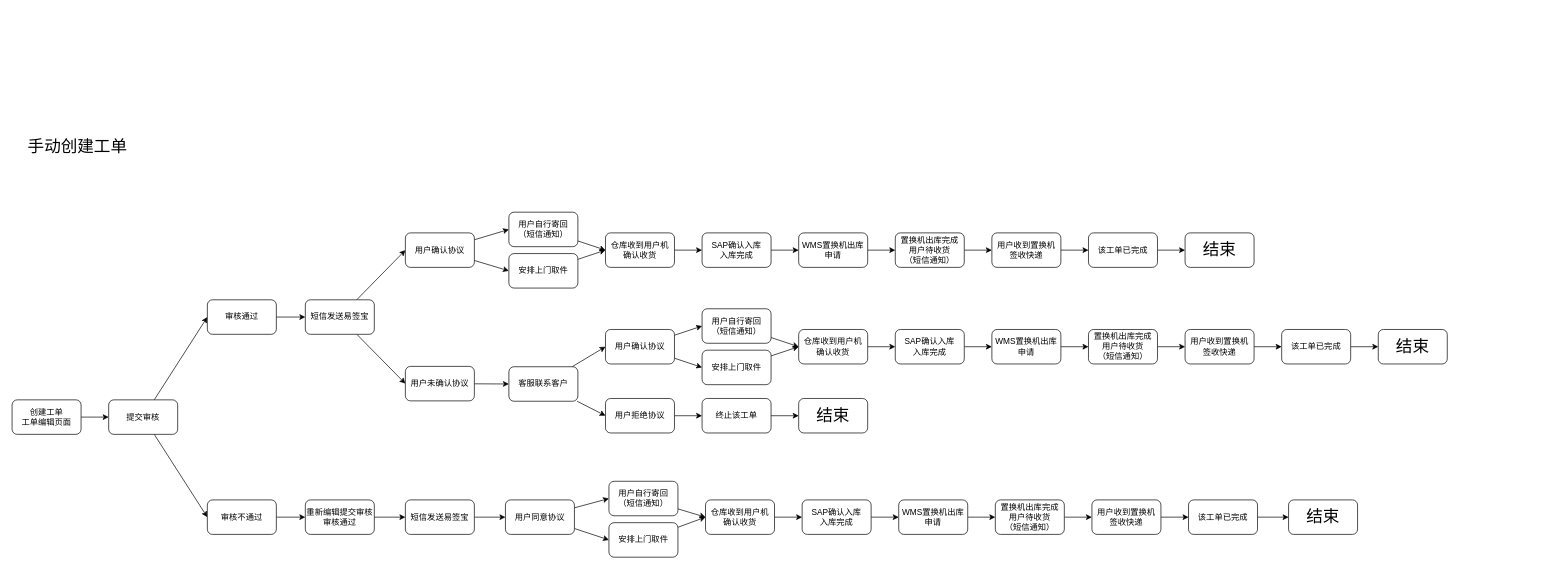
Before: 场景.drawio in ErbanZ/DOG, a draw.io diagram. Source tidied: cells renumbered, new cells numbered last; positions are measured from the earlier drawing's top-left corner, leaving out a move shared by most shapes. Both pictures are drawn from the tidied source at 69%, with x=0, y=0 at pixel (12, 129).
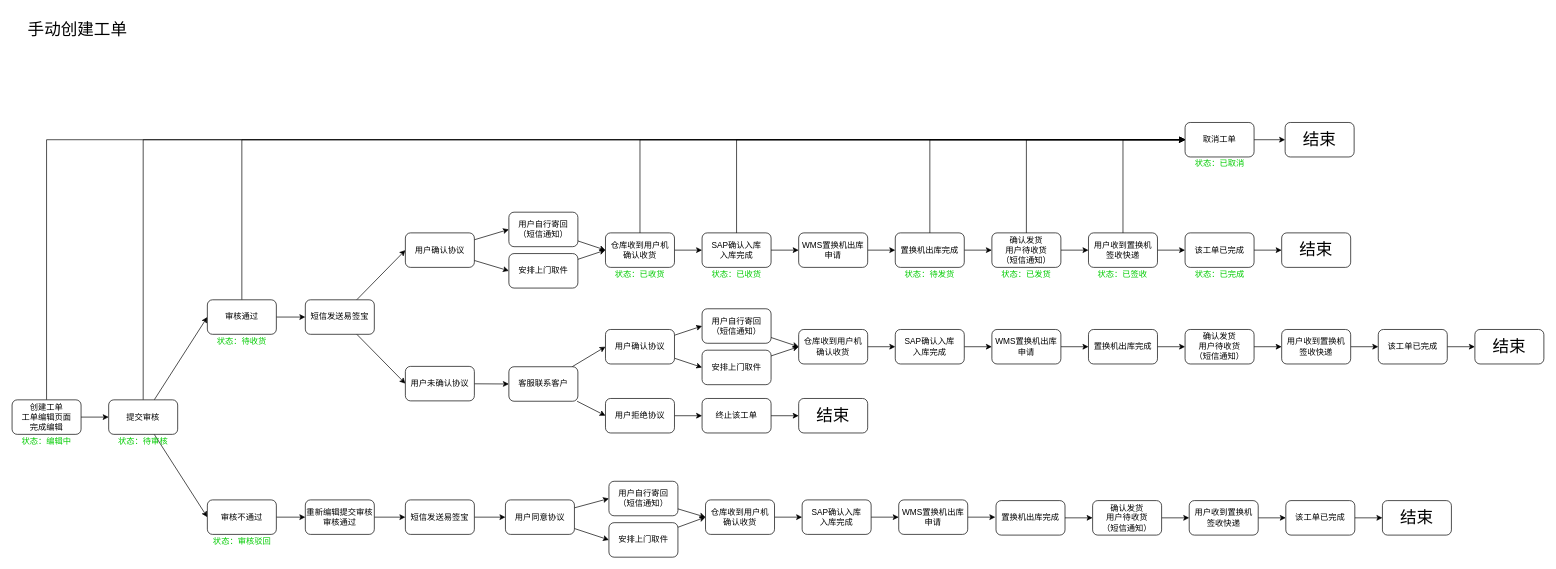
The same diagram, later.

Unchanged cells that the change refers to:
```xml
<mxCell id="7" value="提交审核" style="rounded=1;whiteSpace=wrap;html=1;" parent="1" vertex="1">
  <mxGeometry x="140" y="392" width="100" height="50" as="geometry" />
</mxCell>
<mxCell id="9" value="审核通过" style="rounded=1;whiteSpace=wrap;html=1;" parent="1" vertex="1">
  <mxGeometry x="283" y="247" width="100" height="50" as="geometry" />
</mxCell>
<mxCell id="17" value="仓库收到用户机&lt;br&gt;确认收货" style="rounded=1;whiteSpace=wrap;html=1;" parent="1" vertex="1">
  <mxGeometry x="860" y="150" width="100" height="50" as="geometry" />
</mxCell>
<mxCell id="22" value="SAP确认入库&lt;br&gt;入库完成" style="rounded=1;whiteSpace=wrap;html=1;" parent="1" vertex="1">
  <mxGeometry x="1000" y="150" width="100" height="50" as="geometry" />
</mxCell>
<mxCell id="24" value="WMS置换机出库申请" style="rounded=1;whiteSpace=wrap;html=1;" parent="1" vertex="1">
  <mxGeometry x="1140" y="150" width="100" height="50" as="geometry" />
</mxCell>
<mxCell id="48" value="WMS置换机出库申请" style="rounded=1;whiteSpace=wrap;html=1;" parent="1" vertex="1">
  <mxGeometry x="1285" y="537" width="100" height="50" as="geometry" />
</mxCell>
<mxCell id="77" value="WMS置换机出库申请" style="rounded=1;whiteSpace=wrap;html=1;" parent="1" vertex="1">
  <mxGeometry x="1420" y="290" width="100" height="50" as="geometry" />
</mxCell>
```

Change to the diagram source:
```diff
@@
     <mxCell id="2" value="&lt;font style=&quot;font-size: 24px&quot;&gt;手动创建工单&lt;/font&gt;" style="text;html=1;strokeColor=none;fillColor=none;align=center;verticalAlign=middle;whiteSpace=wrap;rounded=0;" parent="1" vertex="1">
-      <mxGeometry width="190" height="50" as="geometry" />
+      <mxGeometry y="-170" width="190" height="50" as="geometry" />
     </mxCell>
@@
+    <mxCell id="92" style="edgeStyle=orthogonalEdgeStyle;rounded=0;jettySize=auto;html=1;entryX=0;entryY=0.5;entryDx=0;entryDy=0;" parent="1" edge="1" source="4" target="100">
+      <mxGeometry relative="1" as="geometry">
+        <Array as="points">
+          <mxPoint x="50" y="15" />
+        </Array>
+      </mxGeometry>
+    </mxCell>
-    <mxCell id="4" value="创建工单&lt;br&gt;工单编辑页面" style="rounded=1;whiteSpace=wrap;html=1;" parent="1" vertex="1">
+    <mxCell id="4" value="创建工单&lt;br&gt;工单编辑页面&lt;br&gt;完成编辑" style="rounded=1;whiteSpace=wrap;html=1;" parent="1" vertex="1">
       <mxGeometry y="392" width="100" height="50" as="geometry" />
     </mxCell>
@@
+    <mxCell id="93" style="edgeStyle=orthogonalEdgeStyle;rounded=0;jettySize=auto;html=1;" parent="1" edge="1" source="7" target="100">
+      <mxGeometry relative="1" as="geometry">
+        <Array as="points">
+          <mxPoint x="190" y="15" />
+        </Array>
+      </mxGeometry>
+    </mxCell>
@@
+    <mxCell id="94" style="edgeStyle=orthogonalEdgeStyle;rounded=0;jettySize=auto;html=1;entryX=0;entryY=0.5;entryDx=0;entryDy=0;" parent="1" edge="1" source="9" target="100">
+      <mxGeometry relative="1" as="geometry">
+        <Array as="points">
+          <mxPoint x="333" y="15" />
+        </Array>
+      </mxGeometry>
+    </mxCell>
@@
+    <mxCell id="95" style="edgeStyle=orthogonalEdgeStyle;rounded=0;jettySize=auto;html=1;entryX=0;entryY=0.5;entryDx=0;entryDy=0;" parent="1" edge="1" source="17" target="100">
+      <mxGeometry relative="1" as="geometry">
+        <Array as="points">
+          <mxPoint x="910" y="15" />
+        </Array>
+      </mxGeometry>
+    </mxCell>
@@
+    <mxCell id="96" style="edgeStyle=orthogonalEdgeStyle;rounded=0;jettySize=auto;html=1;entryX=0;entryY=0.5;entryDx=0;entryDy=0;" parent="1" edge="1" source="22" target="100">
+      <mxGeometry relative="1" as="geometry">
+        <Array as="points">
+          <mxPoint x="1050" y="15" />
+        </Array>
+      </mxGeometry>
+    </mxCell>
@@
-    <mxCell id="23" style="edgeStyle=none;rounded=0;jettySize=auto;html=1;entryX=0;entryY=0.5;entryDx=0;entryDy=0;" parent="1" edge="1" source="24" target="26">
-      <mxGeometry relative="1" as="geometry" />
+    <mxCell id="23" style="edgeStyle=none;rounded=0;jettySize=auto;html=1;entryX=0;entryY=0.5;entryDx=0;entryDy=0;" parent="1" edge="1" source="24">
+      <mxGeometry relative="1" as="geometry">
+        <mxPoint x="1280" y="175" as="targetPoint" />
+      </mxGeometry>
     </mxCell>
@@
-    <mxCell id="25" style="edgeStyle=none;rounded=0;jettySize=auto;html=1;entryX=0;entryY=0.5;entryDx=0;entryDy=0;" parent="1" edge="1" source="26" target="28">
-      <mxGeometry relative="1" as="geometry" />
-    </mxCell>
-    <mxCell id="26" value="置换机出库完成&lt;br&gt;用户待收货&lt;br&gt;（短信通知）" style="rounded=1;whiteSpace=wrap;html=1;" parent="1" vertex="1">
-      <mxGeometry x="1280" y="150" width="100" height="50" as="geometry" />
-    </mxCell>
+    <mxCell id="97" style="edgeStyle=orthogonalEdgeStyle;rounded=0;jettySize=auto;html=1;entryX=0;entryY=0.5;entryDx=0;entryDy=0;" parent="1" edge="1" target="100">
+      <mxGeometry relative="1" as="geometry">
+        <mxPoint x="1330.1" y="150" as="sourcePoint" />
+        <Array as="points">
+          <mxPoint x="1330" y="15" />
+        </Array>
+      </mxGeometry>
+    </mxCell>
@@
+    <mxCell id="98" style="edgeStyle=orthogonalEdgeStyle;rounded=0;jettySize=auto;html=1;entryX=0;entryY=0.5;entryDx=0;entryDy=0;" parent="1" edge="1" source="28" target="100">
+      <mxGeometry relative="1" as="geometry">
+        <Array as="points">
+          <mxPoint x="1610" y="15" />
+        </Array>
+      </mxGeometry>
+    </mxCell>
     <mxCell id="28" value="用户收到置换机&lt;br&gt;签收快递" style="rounded=1;whiteSpace=wrap;html=1;" parent="1" vertex="1">
-      <mxGeometry x="1420" y="150" width="100" height="50" as="geometry" />
+      <mxGeometry x="1560" y="150" width="100" height="50" as="geometry" />
     </mxCell>
@@
     <mxCell id="30" value="该工单已完成" style="rounded=1;whiteSpace=wrap;html=1;" parent="1" vertex="1">
-      <mxGeometry x="1560" y="150" width="100" height="50" as="geometry" />
+      <mxGeometry x="1700" y="150" width="100" height="50" as="geometry" />
     </mxCell>
@@
-    <mxCell id="47" style="edgeStyle=none;rounded=0;jettySize=auto;html=1;entryX=0;entryY=0.5;entryDx=0;entryDy=0;" parent="1" edge="1" source="48" target="50">
-      <mxGeometry relative="1" as="geometry" />
+    <mxCell id="47" style="edgeStyle=none;rounded=0;orthogonalLoop=1;jettySize=auto;html=1;entryX=0;entryY=0.5;entryDx=0;entryDy=0;" parent="1" edge="1">
+      <mxGeometry relative="1" as="geometry">
+        <mxPoint x="1385" y="562" as="sourcePoint" />
+        <mxPoint x="1425" y="562" as="targetPoint" />
+      </mxGeometry>
     </mxCell>
@@
-    <mxCell id="49" style="edgeStyle=none;rounded=0;jettySize=auto;html=1;entryX=0;entryY=0.5;entryDx=0;entryDy=0;" parent="1" edge="1" source="50" target="52">
-      <mxGeometry relative="1" as="geometry" />
-    </mxCell>
-    <mxCell id="50" value="置换机出库完成&lt;br&gt;用户待收货&lt;br&gt;（短信通知）" style="rounded=1;whiteSpace=wrap;html=1;" parent="1" vertex="1">
-      <mxGeometry x="1425" y="537" width="100" height="50" as="geometry" />
-    </mxCell>
-    <mxCell id="51" style="edgeStyle=none;rounded=0;jettySize=auto;html=1;entryX=0;entryY=0.5;entryDx=0;entryDy=0;" parent="1" edge="1" source="52" target="54">
-      <mxGeometry relative="1" as="geometry" />
-    </mxCell>
-    <mxCell id="52" value="用户收到置换机&lt;br&gt;签收快递" style="rounded=1;whiteSpace=wrap;html=1;" parent="1" vertex="1">
-      <mxGeometry x="1565" y="537" width="100" height="50" as="geometry" />
-    </mxCell>
-    <mxCell id="53" style="edgeStyle=none;rounded=0;jettySize=auto;html=1;entryX=0;entryY=0.5;entryDx=0;entryDy=0;" parent="1" edge="1" source="54" target="91">
-      <mxGeometry relative="1" as="geometry" />
-    </mxCell>
-    <mxCell id="54" value="该工单已完成" style="rounded=1;whiteSpace=wrap;html=1;" parent="1" vertex="1">
-      <mxGeometry x="1705" y="537" width="100" height="50" as="geometry" />
-    </mxCell>
@@
     <mxCell id="63" value="&lt;font style=&quot;font-size: 24px&quot;&gt;结束&lt;/font&gt;" style="rounded=1;whiteSpace=wrap;html=1;" parent="1" vertex="1">
-      <mxGeometry x="1700" y="150" width="100" height="50" as="geometry" />
+      <mxGeometry x="1840" y="150" width="100" height="50" as="geometry" />
     </mxCell>
@@
-    <mxCell id="76" style="edgeStyle=none;rounded=0;jettySize=auto;html=1;entryX=0;entryY=0.5;entryDx=0;entryDy=0;" parent="1" edge="1" source="77" target="79">
-      <mxGeometry relative="1" as="geometry" />
+    <mxCell id="76" style="edgeStyle=none;rounded=0;jettySize=auto;html=1;entryX=0;entryY=0.5;entryDx=0;entryDy=0;" parent="1" edge="1" source="77">
+      <mxGeometry relative="1" as="geometry">
+        <mxPoint x="1560" y="315" as="targetPoint" />
+      </mxGeometry>
     </mxCell>
@@
-    <mxCell id="78" style="edgeStyle=none;rounded=0;jettySize=auto;html=1;entryX=0;entryY=0.5;entryDx=0;entryDy=0;" parent="1" edge="1" source="79" target="81">
-      <mxGeometry relative="1" as="geometry" />
-    </mxCell>
-    <mxCell id="79" value="置换机出库完成&lt;br&gt;用户待收货&lt;br&gt;（短信通知）" style="rounded=1;whiteSpace=wrap;html=1;" parent="1" vertex="1">
-      <mxGeometry x="1560" y="290" width="100" height="50" as="geometry" />
-    </mxCell>
-    <mxCell id="80" style="edgeStyle=none;rounded=0;jettySize=auto;html=1;entryX=0;entryY=0.5;entryDx=0;entryDy=0;" parent="1" edge="1" source="81" target="83">
-      <mxGeometry relative="1" as="geometry" />
-    </mxCell>
-    <mxCell id="81" value="用户收到置换机&lt;br&gt;签收快递" style="rounded=1;whiteSpace=wrap;html=1;" parent="1" vertex="1">
-      <mxGeometry x="1700" y="290" width="100" height="50" as="geometry" />
-    </mxCell>
-    <mxCell id="82" style="edgeStyle=none;rounded=0;jettySize=auto;html=1;entryX=0;entryY=0.5;entryDx=0;entryDy=0;" parent="1" edge="1" source="83" target="84">
-      <mxGeometry relative="1" as="geometry" />
-    </mxCell>
-    <mxCell id="83" value="该工单已完成" style="rounded=1;whiteSpace=wrap;html=1;" parent="1" vertex="1">
-      <mxGeometry x="1840" y="290" width="100" height="50" as="geometry" />
-    </mxCell>
-    <mxCell id="84" value="&lt;font style=&quot;font-size: 24px&quot;&gt;结束&lt;/font&gt;" style="rounded=1;whiteSpace=wrap;html=1;" parent="1" vertex="1">
-      <mxGeometry x="1980" y="290" width="100" height="50" as="geometry" />
-    </mxCell>
@@
-    <mxCell id="91" value="&lt;font style=&quot;font-size: 24px&quot;&gt;结束&lt;/font&gt;" style="rounded=1;whiteSpace=wrap;html=1;" parent="1" vertex="1">
-      <mxGeometry x="1850" y="537" width="100" height="50" as="geometry" />
-    </mxCell>
+    <mxCell id="99" style="edgeStyle=orthogonalEdgeStyle;rounded=0;jettySize=auto;html=1;entryX=0;entryY=0.5;entryDx=0;entryDy=0;" parent="1" edge="1" source="100" target="101">
+      <mxGeometry relative="1" as="geometry" />
+    </mxCell>
+    <mxCell id="100" value="取消工单" style="rounded=1;whiteSpace=wrap;html=1;" parent="1" vertex="1">
+      <mxGeometry x="1700" y="-10" width="100" height="50" as="geometry" />
+    </mxCell>
+    <mxCell id="101" value="&lt;font style=&quot;font-size: 24px&quot;&gt;结束&lt;/font&gt;" style="rounded=1;whiteSpace=wrap;html=1;" parent="1" vertex="1">
+      <mxGeometry x="1845" y="-10" width="100" height="50" as="geometry" />
+    </mxCell>
+    <mxCell id="102" style="edgeStyle=orthogonalEdgeStyle;rounded=0;jettySize=auto;html=1;entryX=0;entryY=0.5;entryDx=0;entryDy=0;" parent="1" edge="1" source="103" target="106">
+      <mxGeometry relative="1" as="geometry" />
+    </mxCell>
+    <mxCell id="103" value="置换机出库完成&lt;br&gt;" style="rounded=1;whiteSpace=wrap;html=1;" parent="1" vertex="1">
+      <mxGeometry x="1280" y="150" width="100" height="50" as="geometry" />
+    </mxCell>
+    <mxCell id="104" style="edgeStyle=orthogonalEdgeStyle;rounded=0;jettySize=auto;html=1;entryX=0;entryY=0.5;entryDx=0;entryDy=0;" parent="1" edge="1" source="106" target="28">
+      <mxGeometry relative="1" as="geometry" />
+    </mxCell>
+    <mxCell id="105" style="edgeStyle=orthogonalEdgeStyle;rounded=0;jettySize=auto;html=1;entryX=0;entryY=0.5;entryDx=0;entryDy=0;" parent="1" edge="1" source="106" target="100">
+      <mxGeometry relative="1" as="geometry">
+        <Array as="points">
+          <mxPoint x="1470" y="15" />
+        </Array>
+      </mxGeometry>
+    </mxCell>
+    <mxCell id="106" value="&lt;span style=&quot;font-family: &amp;#34;helvetica&amp;#34;&quot;&gt;确认发货&lt;br&gt;用户待收货&lt;/span&gt;&lt;br style=&quot;font-family: &amp;#34;helvetica&amp;#34;&quot;&gt;&lt;span style=&quot;font-family: &amp;#34;helvetica&amp;#34;&quot;&gt;（短信通知）&lt;/span&gt;" style="rounded=1;whiteSpace=wrap;html=1;" parent="1" vertex="1">
+      <mxGeometry x="1420" y="150" width="100" height="50" as="geometry" />
+    </mxCell>
+    <mxCell id="107" style="edgeStyle=none;rounded=0;jettySize=auto;html=1;entryX=0;entryY=0.5;entryDx=0;entryDy=0;" parent="1" edge="1" source="108" target="110">
+      <mxGeometry relative="1" as="geometry" />
+    </mxCell>
+    <mxCell id="108" value="用户收到置换机&lt;br&gt;签收快递" style="rounded=1;whiteSpace=wrap;html=1;" parent="1" vertex="1">
+      <mxGeometry x="1840" y="290" width="100" height="50" as="geometry" />
+    </mxCell>
+    <mxCell id="109" style="edgeStyle=none;rounded=0;jettySize=auto;html=1;entryX=0;entryY=0.5;entryDx=0;entryDy=0;" parent="1" edge="1" source="110" target="111">
+      <mxGeometry relative="1" as="geometry" />
+    </mxCell>
+    <mxCell id="110" value="该工单已完成" style="rounded=1;whiteSpace=wrap;html=1;" parent="1" vertex="1">
+      <mxGeometry x="1980" y="290" width="100" height="50" as="geometry" />
+    </mxCell>
+    <mxCell id="111" value="&lt;font style=&quot;font-size: 24px&quot;&gt;结束&lt;/font&gt;" style="rounded=1;whiteSpace=wrap;html=1;" parent="1" vertex="1">
+      <mxGeometry x="2120" y="290" width="100" height="50" as="geometry" />
+    </mxCell>
+    <mxCell id="112" style="edgeStyle=orthogonalEdgeStyle;rounded=0;jettySize=auto;html=1;entryX=0;entryY=0.5;entryDx=0;entryDy=0;" parent="1" edge="1" source="113" target="115">
+      <mxGeometry relative="1" as="geometry" />
+    </mxCell>
+    <mxCell id="113" value="置换机出库完成&lt;br&gt;" style="rounded=1;whiteSpace=wrap;html=1;" parent="1" vertex="1">
+      <mxGeometry x="1560" y="290" width="100" height="50" as="geometry" />
+    </mxCell>
+    <mxCell id="114" style="edgeStyle=orthogonalEdgeStyle;rounded=0;jettySize=auto;html=1;entryX=0;entryY=0.5;entryDx=0;entryDy=0;" parent="1" edge="1" source="115" target="108">
+      <mxGeometry relative="1" as="geometry" />
+    </mxCell>
+    <mxCell id="115" value="&lt;span style=&quot;font-family: &amp;#34;helvetica&amp;#34;&quot;&gt;确认发货&lt;br&gt;用户待收货&lt;/span&gt;&lt;br style=&quot;font-family: &amp;#34;helvetica&amp;#34;&quot;&gt;&lt;span style=&quot;font-family: &amp;#34;helvetica&amp;#34;&quot;&gt;（短信通知）&lt;/span&gt;" style="rounded=1;whiteSpace=wrap;html=1;" parent="1" vertex="1">
+      <mxGeometry x="1700" y="290" width="100" height="50" as="geometry" />
+    </mxCell>
+    <mxCell id="116" style="edgeStyle=none;rounded=0;jettySize=auto;html=1;entryX=0;entryY=0.5;entryDx=0;entryDy=0;" parent="1" edge="1" source="117" target="119">
+      <mxGeometry relative="1" as="geometry" />
+    </mxCell>
+    <mxCell id="117" value="用户收到置换机&lt;br&gt;签收快递" style="rounded=1;whiteSpace=wrap;html=1;" parent="1" vertex="1">
+      <mxGeometry x="1706" y="538" width="100" height="50" as="geometry" />
+    </mxCell>
+    <mxCell id="118" style="edgeStyle=none;rounded=0;jettySize=auto;html=1;entryX=0;entryY=0.5;entryDx=0;entryDy=0;" parent="1" edge="1" source="119" target="120">
+      <mxGeometry relative="1" as="geometry" />
+    </mxCell>
+    <mxCell id="119" value="该工单已完成" style="rounded=1;whiteSpace=wrap;html=1;" parent="1" vertex="1">
+      <mxGeometry x="1846" y="538" width="100" height="50" as="geometry" />
+    </mxCell>
+    <mxCell id="120" value="&lt;font style=&quot;font-size: 24px&quot;&gt;结束&lt;/font&gt;" style="rounded=1;whiteSpace=wrap;html=1;" parent="1" vertex="1">
+      <mxGeometry x="1986" y="538" width="100" height="50" as="geometry" />
+    </mxCell>
+    <mxCell id="121" style="edgeStyle=orthogonalEdgeStyle;rounded=0;jettySize=auto;html=1;entryX=0;entryY=0.5;entryDx=0;entryDy=0;" parent="1" edge="1" source="122" target="124">
+      <mxGeometry relative="1" as="geometry" />
+    </mxCell>
+    <mxCell id="122" value="置换机出库完成&lt;br&gt;" style="rounded=1;whiteSpace=wrap;html=1;" parent="1" vertex="1">
+      <mxGeometry x="1426" y="538" width="100" height="50" as="geometry" />
+    </mxCell>
+    <mxCell id="123" style="edgeStyle=orthogonalEdgeStyle;rounded=0;jettySize=auto;html=1;entryX=0;entryY=0.5;entryDx=0;entryDy=0;" parent="1" edge="1" source="124" target="117">
+      <mxGeometry relative="1" as="geometry" />
+    </mxCell>
+    <mxCell id="124" value="&lt;span style=&quot;font-family: &amp;#34;helvetica&amp;#34;&quot;&gt;确认发货&lt;br&gt;用户待收货&lt;/span&gt;&lt;br style=&quot;font-family: &amp;#34;helvetica&amp;#34;&quot;&gt;&lt;span style=&quot;font-family: &amp;#34;helvetica&amp;#34;&quot;&gt;（短信通知）&lt;/span&gt;" style="rounded=1;whiteSpace=wrap;html=1;" parent="1" vertex="1">
+      <mxGeometry x="1566" y="538" width="100" height="50" as="geometry" />
+    </mxCell>
+    <mxCell id="125" value="&lt;font color=&quot;#00cc00&quot;&gt;状态：编辑中&lt;/font&gt;" style="text;html=1;strokeColor=none;fillColor=none;align=center;verticalAlign=middle;whiteSpace=wrap;rounded=0;" parent="1" vertex="1">
+      <mxGeometry x="10" y="442" width="80" height="20" as="geometry" />
+    </mxCell>
+    <mxCell id="126" value="&lt;font color=&quot;#00cc00&quot;&gt;状态：待收货&lt;/font&gt;" style="text;html=1;strokeColor=none;fillColor=none;align=center;verticalAlign=middle;whiteSpace=wrap;rounded=0;" parent="1" vertex="1">
+      <mxGeometry x="293" y="297" width="80" height="20" as="geometry" />
+    </mxCell>
+    <mxCell id="127" value="&lt;font color=&quot;#00cc00&quot;&gt;状态：审核驳回&lt;/font&gt;" style="text;html=1;strokeColor=none;fillColor=none;align=center;verticalAlign=middle;whiteSpace=wrap;rounded=0;" parent="1" vertex="1">
+      <mxGeometry x="289.5" y="587" width="87" height="20" as="geometry" />
+    </mxCell>
+    <mxCell id="128" value="&lt;font color=&quot;#00cc00&quot;&gt;状态：已取消&lt;/font&gt;" style="text;html=1;strokeColor=none;fillColor=none;align=center;verticalAlign=middle;whiteSpace=wrap;rounded=0;" parent="1" vertex="1">
+      <mxGeometry x="1706.5" y="40" width="87" height="20" as="geometry" />
+    </mxCell>
+    <mxCell id="129" value="&lt;font color=&quot;#00cc00&quot;&gt;状态：待审核&lt;/font&gt;" style="text;html=1;strokeColor=none;fillColor=none;align=center;verticalAlign=middle;whiteSpace=wrap;rounded=0;" parent="1" vertex="1">
+      <mxGeometry x="150" y="442" width="80" height="20" as="geometry" />
+    </mxCell>
+    <mxCell id="130" value="&lt;font color=&quot;#00cc00&quot;&gt;状态：已收货&lt;/font&gt;" style="text;html=1;strokeColor=none;fillColor=none;align=center;verticalAlign=middle;whiteSpace=wrap;rounded=0;" parent="1" vertex="1">
+      <mxGeometry x="870" y="200" width="80" height="20" as="geometry" />
+    </mxCell>
+    <mxCell id="131" value="&lt;font color=&quot;#00cc00&quot;&gt;状态：已收货&lt;/font&gt;" style="text;html=1;strokeColor=none;fillColor=none;align=center;verticalAlign=middle;whiteSpace=wrap;rounded=0;" parent="1" vertex="1">
+      <mxGeometry x="1010" y="200" width="80" height="20" as="geometry" />
+    </mxCell>
+    <mxCell id="132" value="&lt;font color=&quot;#00cc00&quot;&gt;状态：待发货&lt;/font&gt;" style="text;html=1;strokeColor=none;fillColor=none;align=center;verticalAlign=middle;whiteSpace=wrap;rounded=0;" parent="1" vertex="1">
+      <mxGeometry x="1290" y="200" width="80" height="20" as="geometry" />
+    </mxCell>
+    <mxCell id="133" value="&lt;font color=&quot;#00cc00&quot;&gt;状态：已发货&lt;/font&gt;" style="text;html=1;strokeColor=none;fillColor=none;align=center;verticalAlign=middle;whiteSpace=wrap;rounded=0;" parent="1" vertex="1">
+      <mxGeometry x="1430" y="200" width="80" height="20" as="geometry" />
+    </mxCell>
+    <mxCell id="134" value="&lt;font color=&quot;#00cc00&quot;&gt;状态：已完成&lt;/font&gt;" style="text;html=1;strokeColor=none;fillColor=none;align=center;verticalAlign=middle;whiteSpace=wrap;rounded=0;" parent="1" vertex="1">
+      <mxGeometry x="1706.5" y="200" width="87" height="20" as="geometry" />
+    </mxCell>
+    <mxCell id="135" value="&lt;font color=&quot;#00cc00&quot;&gt;状态：已签收&lt;/font&gt;" style="text;html=1;strokeColor=none;fillColor=none;align=center;verticalAlign=middle;whiteSpace=wrap;rounded=0;" parent="1" vertex="1">
+      <mxGeometry x="1566" y="200" width="87" height="20" as="geometry" />
+    </mxCell>
```
